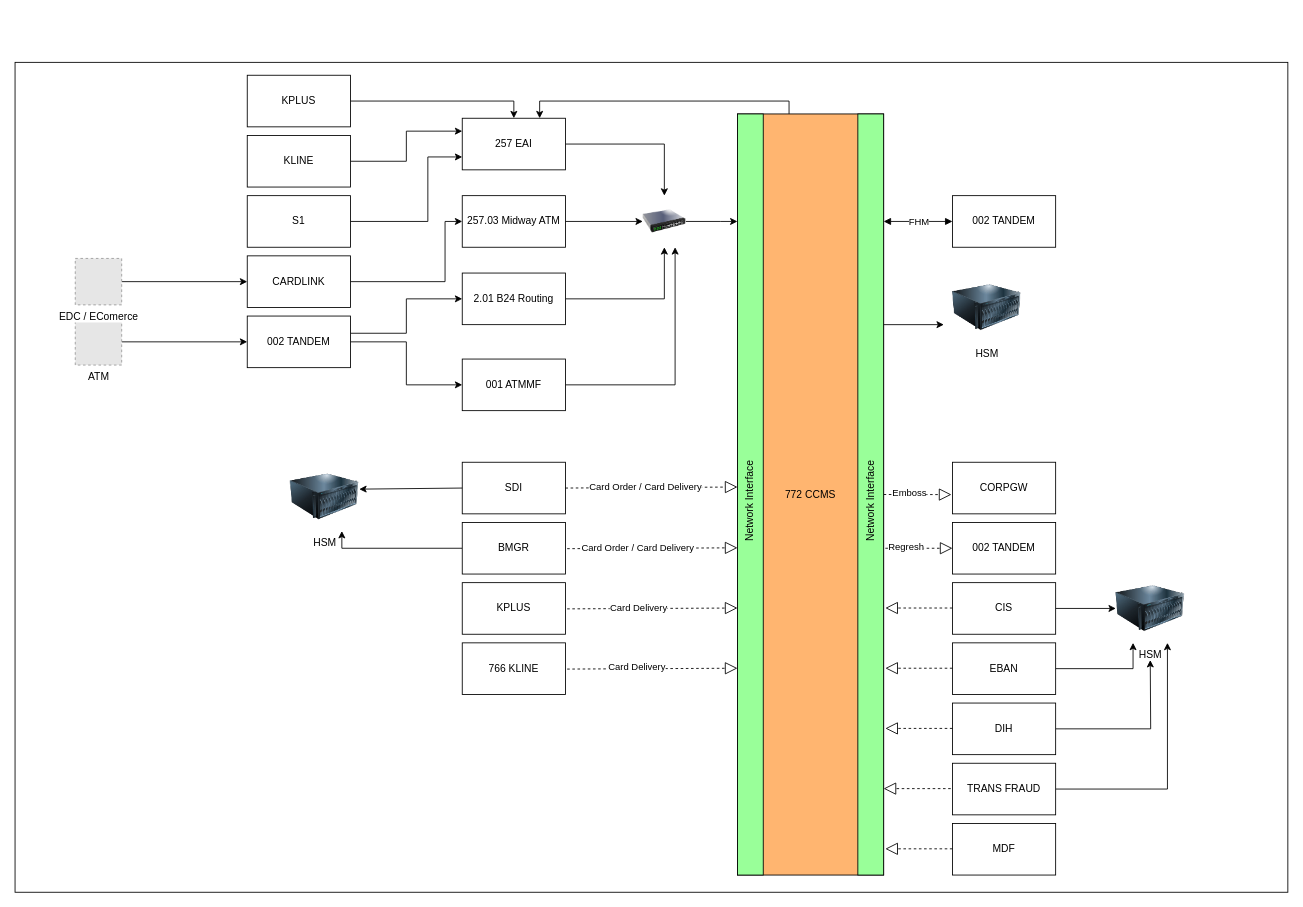
Above: page "High Level Diagram" (2 of 7) of CCMS_Diagram.drawio in chawaratr/drawio (draw.io), before the change. Source tidied: cells renumbered, new cells numbered last; positions are measured from the earlier drawing's top-left corner, leaving out a move shared by most shapes. Both pictures are drawn from the tidied source at 86%, with x=0, y=0 at pixel (15, 62). Pictures stored in the file or linked from it are replaced by grey dashed boxes.
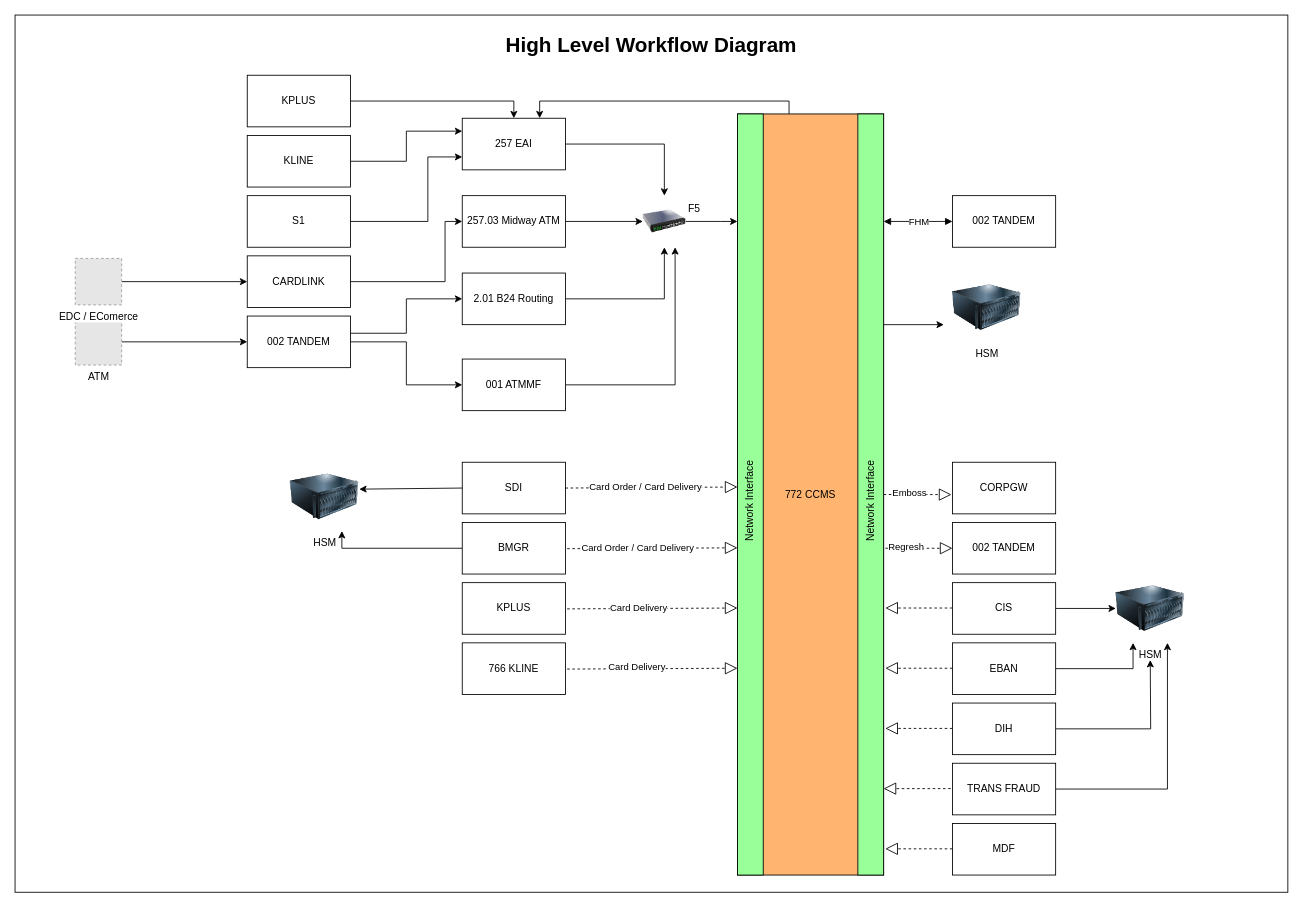
Above is the later version.

The edit, as a diff of the source:
```diff
@@
     <mxCell id="2" style="rounded=0;whiteSpace=wrap;html=1;" parent="1" vertex="1">
-      <mxGeometry width="1480" height="965" as="geometry" />
+      <mxGeometry y="-55" width="1480" height="1020" as="geometry" />
     </mxCell>
@@
+    <mxCell id="75" value="&lt;h1&gt;High Level Workflow Diagram&lt;/h1&gt;" style="text;html=1;align=center;verticalAlign=middle;whiteSpace=wrap;rounded=0;" parent="1" vertex="1">
+      <mxGeometry y="-35" width="1480" height="30" as="geometry" />
+    </mxCell>
+    <mxCell id="76" value="F5" style="text;html=1;align=center;verticalAlign=middle;whiteSpace=wrap;rounded=0;" parent="1" vertex="1">
+      <mxGeometry x="760" y="155" width="60" height="30" as="geometry" />
+    </mxCell>
```
